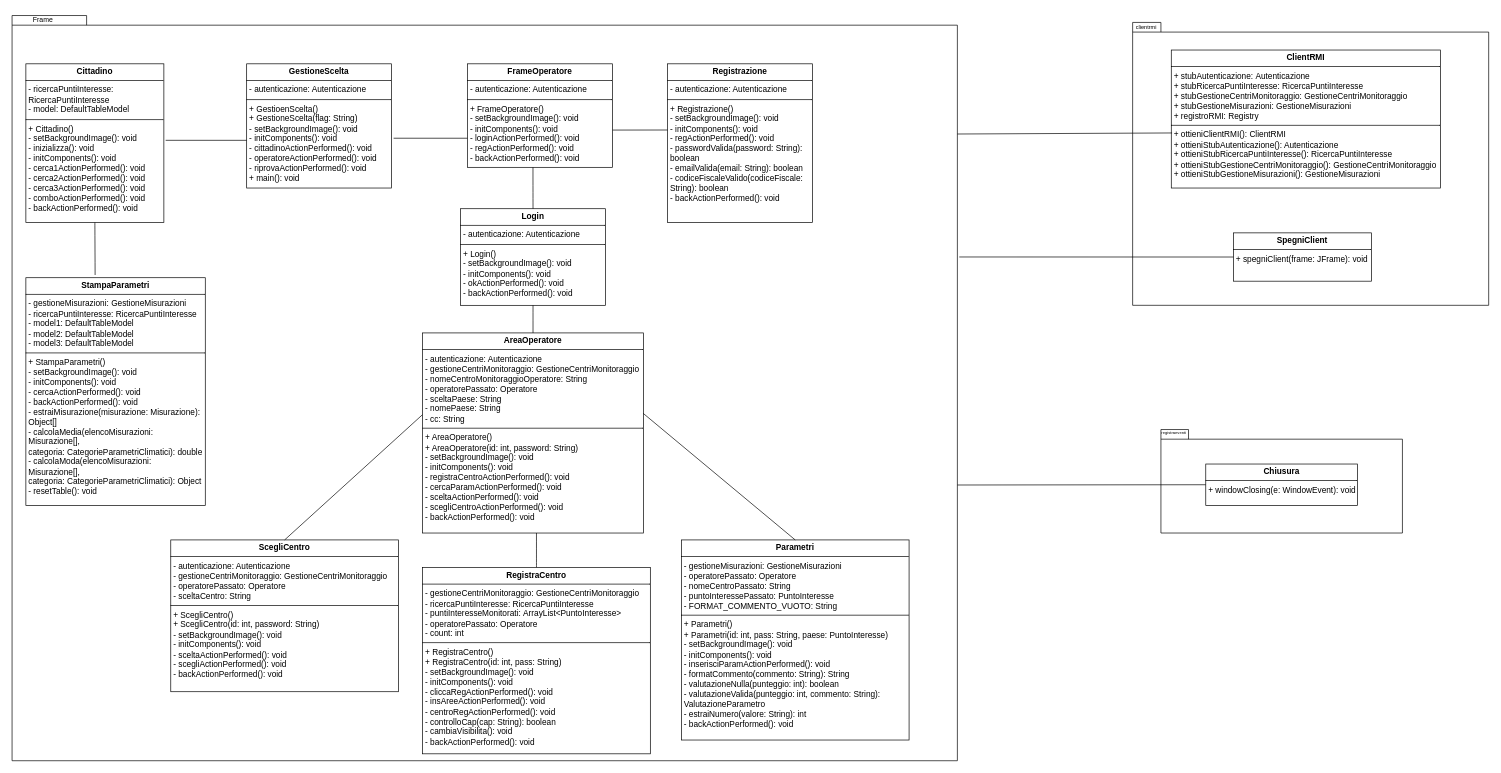
riccardomassini/ClimateMonitoring keeps this draw.io diagram as doc/UML/client/class_diagram_completo.drawio. Above is the earlier version. Source tidied: cells renumbered, new cells numbered last; positions are measured from the earlier drawing's top-left corner, leaving out a move shared by most shapes. Both pictures are drawn from the tidied source at 69%, with x=0, y=0 at pixel (12, 12).
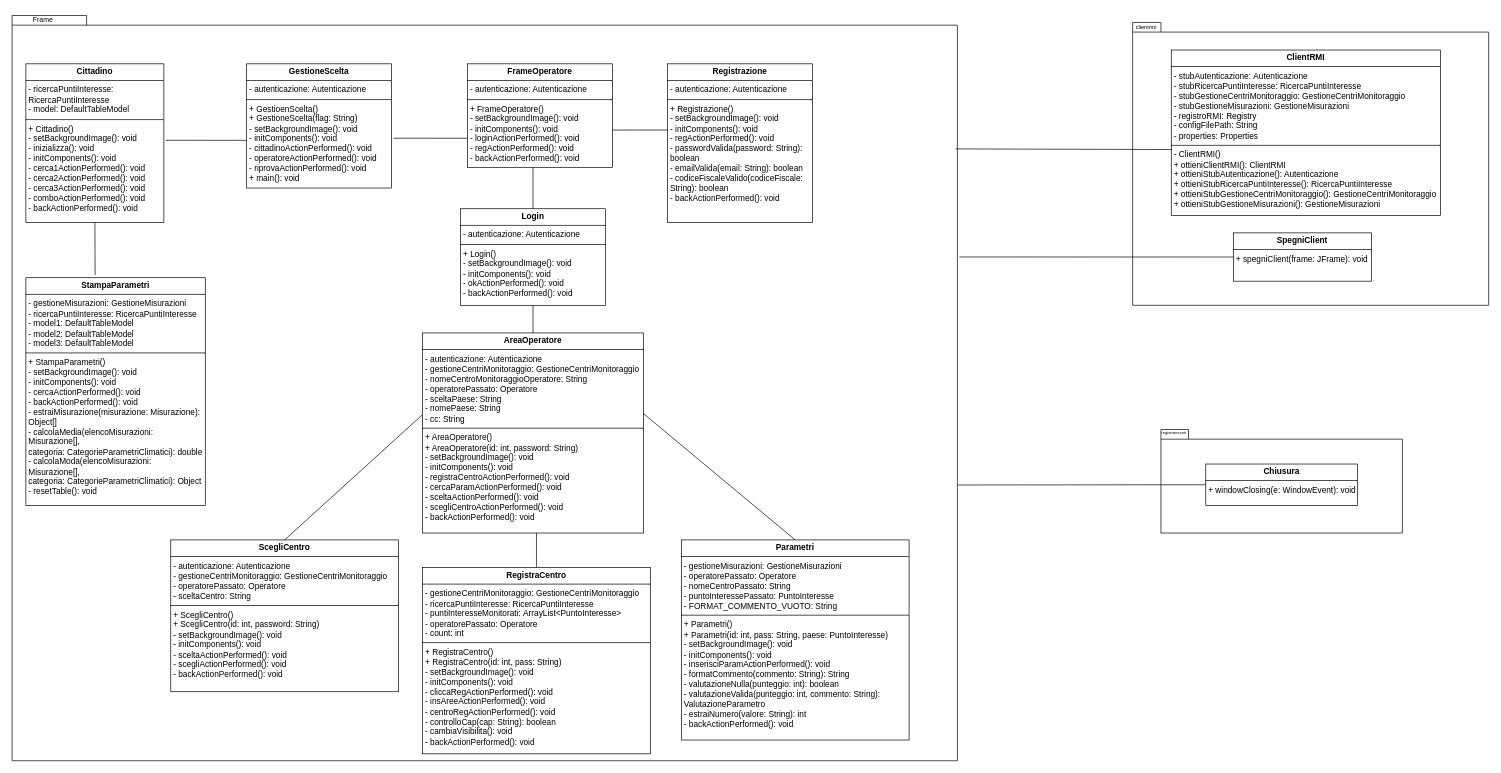
The same page after the edit.

Unchanged cells that the change refers to:
```xml
<mxCell id="4" style="shape=folder;fontStyle=1;spacingTop=10;tabWidth=40;tabHeight=14;tabPosition=left;html=1;whiteSpace=wrap;" parent="1" vertex="1">
  <mxGeometry y="5" width="1370" height="1080" as="geometry" />
</mxCell>
```

The edit, as a diff of the source:
```diff
@@
-    <mxCell id="6" value="&lt;p style=&quot;margin:0px;margin-top:4px;text-align:center;&quot;&gt;&lt;b&gt;ClientRMI&lt;/b&gt;&lt;/p&gt;&lt;hr size=&quot;1&quot; style=&quot;border-style:solid;&quot;&gt;&lt;p style=&quot;margin:0px;margin-left:4px;&quot;&gt;+&amp;nbsp;stubAutenticazione:&amp;nbsp;Autenticazione&lt;/p&gt;&lt;p style=&quot;margin:0px;margin-left:4px;&quot;&gt;+&amp;nbsp;stubRicercaPuntiInteresse:&amp;nbsp;RicercaPuntiInteresse&lt;/p&gt;&lt;p style=&quot;margin:0px;margin-left:4px;&quot;&gt;+&amp;nbsp;stubGestioneCentriMonitoraggio:&amp;nbsp;GestioneCentriMonitoraggio&lt;/p&gt;&lt;p style=&quot;margin:0px;margin-left:4px;&quot;&gt;+&amp;nbsp;stubGestioneMisurazioni:&amp;nbsp;GestioneMisurazioni&lt;/p&gt;&lt;p style=&quot;margin:0px;margin-left:4px;&quot;&gt;+&amp;nbsp;registroRMI:&amp;nbsp;Registry&lt;/p&gt;&lt;hr size=&quot;1&quot; style=&quot;border-style:solid;&quot;&gt;&lt;p style=&quot;margin:0px;margin-left:4px;&quot;&gt;+&amp;nbsp;ottieniClientRMI(): ClientRMI&lt;/p&gt;&lt;p style=&quot;margin:0px;margin-left:4px;&quot;&gt;+&amp;nbsp;ottieniStubAutenticazione(): Autenticazione&lt;/p&gt;&lt;p style=&quot;margin:0px;margin-left:4px;&quot;&gt;+&amp;nbsp;ottieniStubRicercaPuntiInteresse():&amp;nbsp;RicercaPuntiInteresse&lt;/p&gt;&lt;p style=&quot;margin:0px;margin-left:4px;&quot;&gt;+&amp;nbsp;ottieniStubGestioneCentriMonitoraggio():&amp;nbsp;GestioneCentriMonitoraggio&lt;/p&gt;&lt;p style=&quot;margin:0px;margin-left:4px;&quot;&gt;+&amp;nbsp;ottieniStubGestioneMisurazioni():&amp;nbsp;GestioneMisurazioni&lt;/p&gt;" style="verticalAlign=top;align=left;overflow=fill;html=1;whiteSpace=wrap;" parent="1" vertex="1">
-      <mxGeometry x="1680" y="55" width="390" height="200" as="geometry" />
+    <mxCell id="6" value="&lt;p style=&quot;margin:0px;margin-top:4px;text-align:center;&quot;&gt;&lt;b&gt;ClientRMI&lt;/b&gt;&lt;/p&gt;&lt;hr size=&quot;1&quot; style=&quot;border-style:solid;&quot;&gt;&lt;p style=&quot;margin:0px;margin-left:4px;&quot;&gt;- stubAutenticazione:&amp;nbsp;Autenticazione&lt;/p&gt;&lt;p style=&quot;margin:0px;margin-left:4px;&quot;&gt;- stubRicercaPuntiInteresse:&amp;nbsp;RicercaPuntiInteresse&lt;/p&gt;&lt;p style=&quot;margin:0px;margin-left:4px;&quot;&gt;- stubGestioneCentriMonitoraggio:&amp;nbsp;GestioneCentriMonitoraggio&lt;/p&gt;&lt;p style=&quot;margin:0px;margin-left:4px;&quot;&gt;- stubGestioneMisurazioni:&amp;nbsp;GestioneMisurazioni&lt;/p&gt;&lt;p style=&quot;margin:0px;margin-left:4px;&quot;&gt;- registroRMI:&amp;nbsp;Registry&lt;/p&gt;&lt;p style=&quot;margin:0px;margin-left:4px;&quot;&gt;- configFilePath: String&lt;/p&gt;&lt;p style=&quot;margin:0px;margin-left:4px;&quot;&gt;- properties: Properties&lt;/p&gt;&lt;hr size=&quot;1&quot; style=&quot;border-style:solid;&quot;&gt;&lt;p style=&quot;margin:0px;margin-left:4px;&quot;&gt;- ClientRMI()&lt;/p&gt;&lt;p style=&quot;margin:0px;margin-left:4px;&quot;&gt;+&amp;nbsp;ottieniClientRMI(): ClientRMI&lt;/p&gt;&lt;p style=&quot;margin:0px;margin-left:4px;&quot;&gt;+&amp;nbsp;ottieniStubAutenticazione(): Autenticazione&lt;/p&gt;&lt;p style=&quot;margin:0px;margin-left:4px;&quot;&gt;+&amp;nbsp;ottieniStubRicercaPuntiInteresse():&amp;nbsp;RicercaPuntiInteresse&lt;/p&gt;&lt;p style=&quot;margin:0px;margin-left:4px;&quot;&gt;+&amp;nbsp;ottieniStubGestioneCentriMonitoraggio():&amp;nbsp;GestioneCentriMonitoraggio&lt;/p&gt;&lt;p style=&quot;margin:0px;margin-left:4px;&quot;&gt;+&amp;nbsp;ottieniStubGestioneMisurazioni():&amp;nbsp;GestioneMisurazioni&lt;/p&gt;" style="verticalAlign=top;align=left;overflow=fill;html=1;whiteSpace=wrap;" parent="1" vertex="1">
+      <mxGeometry x="1680" y="55" width="390" height="240" as="geometry" />
     </mxCell>
@@
-    <mxCell id="30" style="endArrow=none;html=1;rounded=0;exitX=1;exitY=0.159;exitDx=0;exitDy=0;exitPerimeter=0;entryX=0.003;entryY=0.601;entryDx=0;entryDy=0;entryPerimeter=0;" parent="1" edge="1" source="4" target="6">
+    <mxCell id="30" style="endArrow=none;html=1;rounded=0;entryX=0.003;entryY=0.601;entryDx=0;entryDy=0;entryPerimeter=0;exitX=0.998;exitY=0.179;exitDx=0;exitDy=0;exitPerimeter=0;" parent="1" edge="1" source="4" target="6">
       <mxGeometry relative="1" as="geometry" />
     </mxCell>
```
